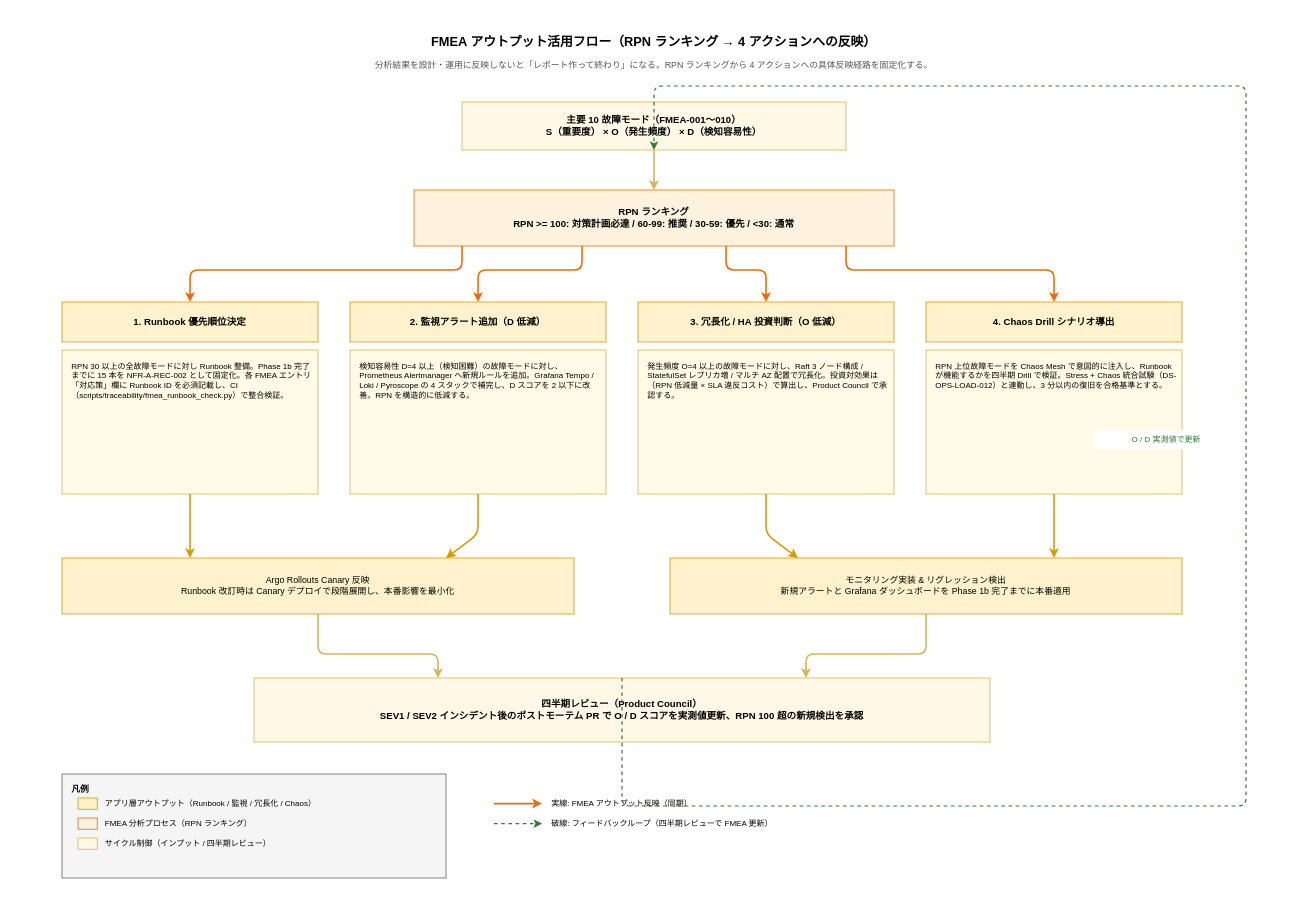
This is docs/04_概要設計/55_運用ライフサイクル方式設計/img/06_FMEA分析方式/fmea_output_flow.drawio from RyuheiKiso/k1s0, a draw.io file, before an edit. Source tidied: cells renumbered, new cells numbered last; positions are measured from the earlier drawing's top-left corner, leaving out a move shared by most shapes. Both pictures are drawn from the tidied source at 80%, with x=0, y=0 at pixel (14, 14).
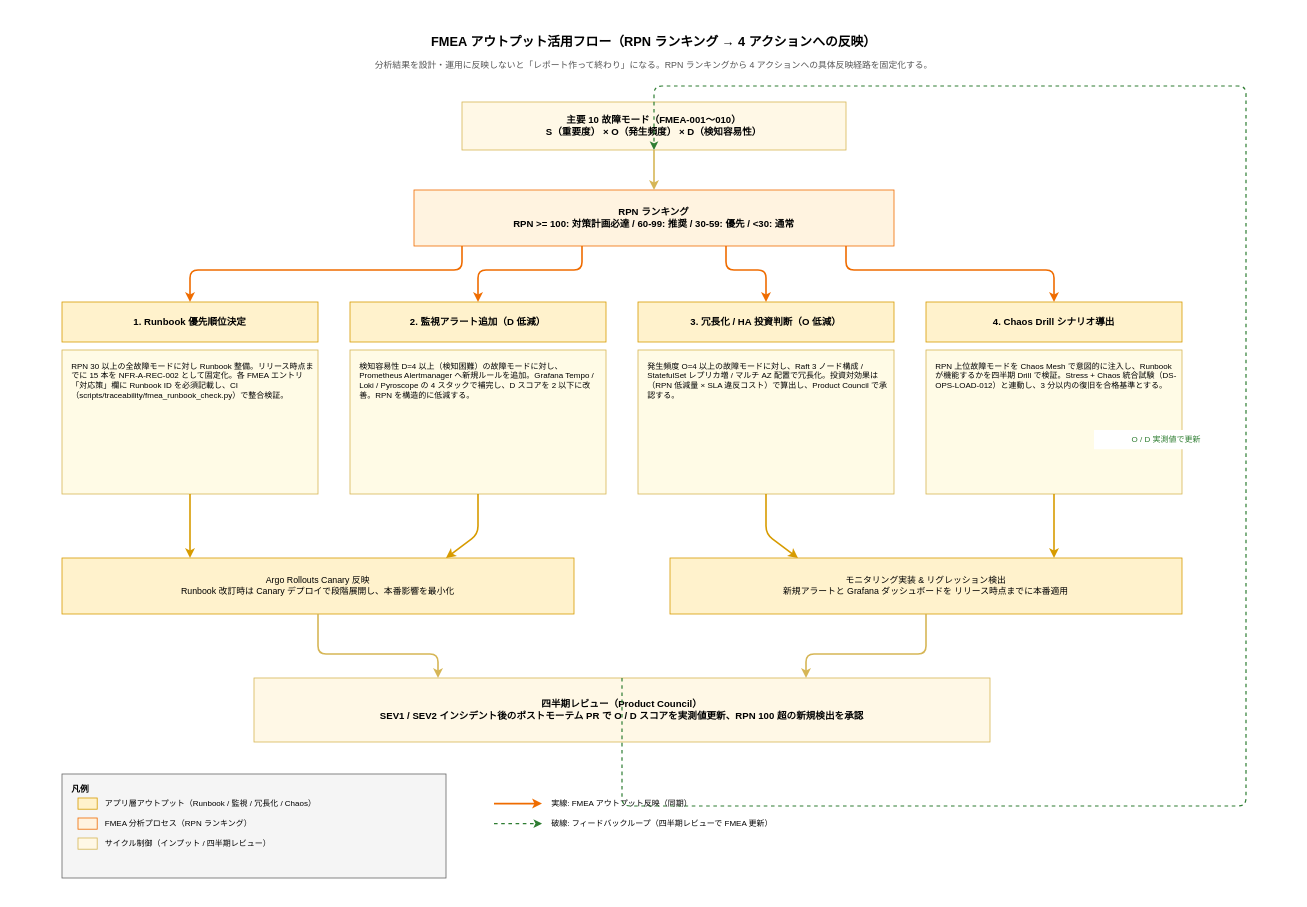
The same page after the edit.

Change to the diagram source:
```diff
@@
-    <mxCell id="8" value="RPN 30 以上の全故障モードに対し Runbook 整備。Phase 1b 完了までに 15 本を NFR-A-REC-002 として固定化。各 FMEA エントリ「対応策」欄に Runbook ID を必須記載し、CI（scripts/traceability/fmea_runbook_check.py）で整合検証。" style="rounded=0;whiteSpace=wrap;html=1;fillColor=#fffbe6;strokeColor=#d6b656;fontSize=10;align=left;verticalAlign=top;spacingLeft=10;spacingTop=8;" parent="1" vertex="1">
+    <mxCell id="8" value="RPN 30 以上の全故障モードに対し Runbook 整備。リリース時点までに 15 本を NFR-A-REC-002 として固定化。各 FMEA エントリ「対応策」欄に Runbook ID を必須記載し、CI（scripts/traceability/fmea_runbook_check.py）で整合検証。" style="rounded=0;whiteSpace=wrap;html=1;fillColor=#fffbe6;strokeColor=#d6b656;fontSize=10;align=left;verticalAlign=top;spacingLeft=10;spacingTop=8;" parent="1" vertex="1">
       <mxGeometry x="60" y="420" width="320" height="180" as="geometry" />
     </mxCell>
@@
-    <mxCell id="16" value="モニタリング実装 &amp; リグレッション検出&#10;新規アラートと Grafana ダッシュボードを Phase 1b 完了までに本番適用" style="rounded=0;whiteSpace=wrap;html=1;fillColor=#fff2cc;strokeColor=#d79b00;fontSize=11;align=center;verticalAlign=middle;" parent="1" vertex="1">
+    <mxCell id="16" value="モニタリング実装 &amp; リグレッション検出&#10;新規アラートと Grafana ダッシュボードを リリース時点までに本番適用" style="rounded=0;whiteSpace=wrap;html=1;fillColor=#fff2cc;strokeColor=#d79b00;fontSize=11;align=center;verticalAlign=middle;" parent="1" vertex="1">
       <mxGeometry x="820" y="680" width="640" height="70" as="geometry" />
     </mxCell>
```
